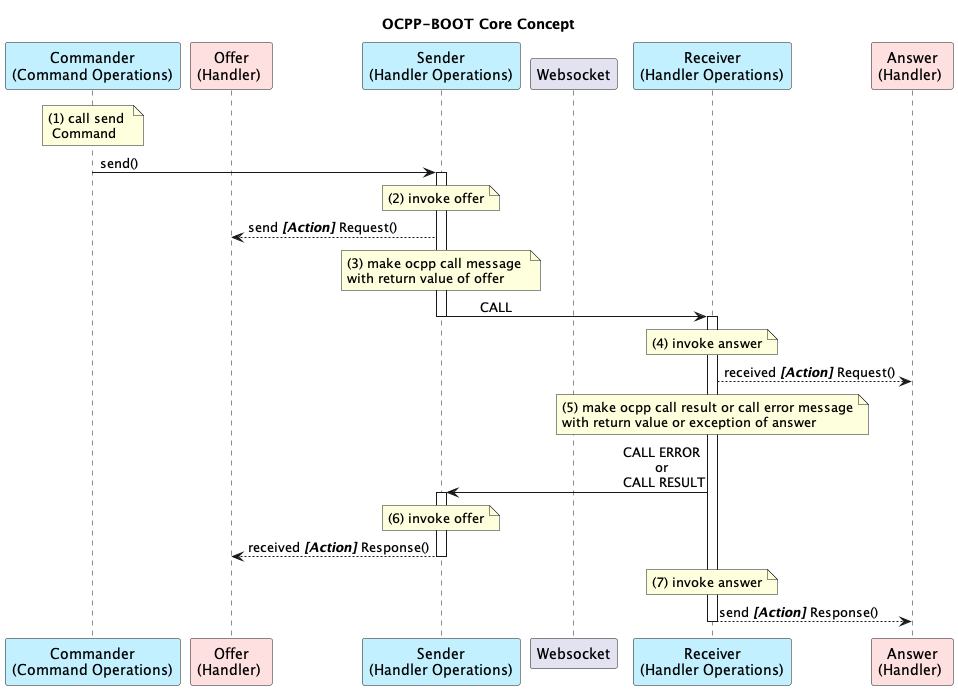
The PlantUML diagram lib/core.png in u2ware/ocpp-boot-client, before a commit.
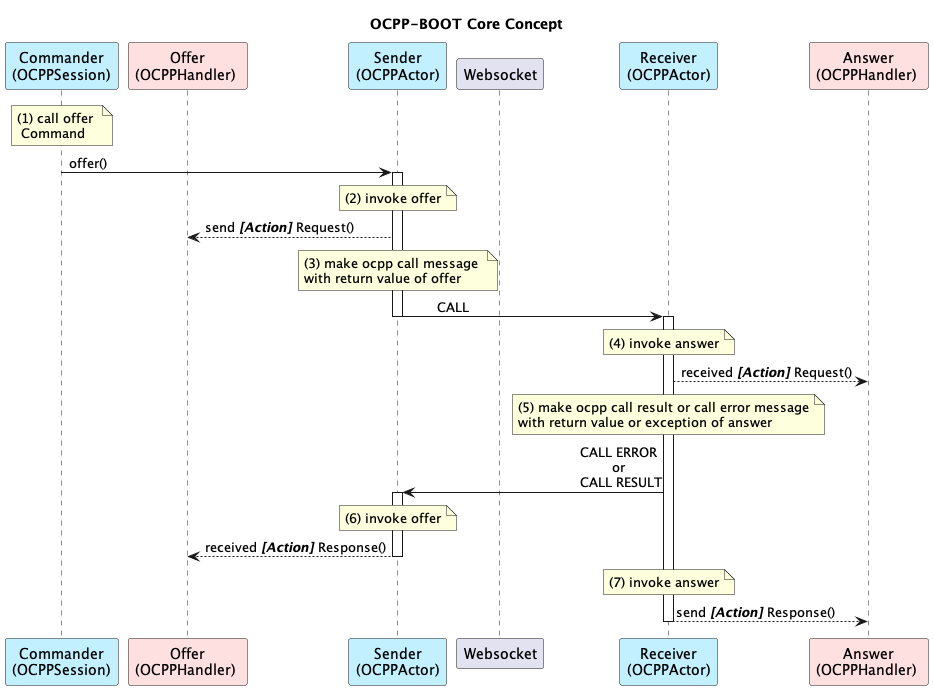
Above is the later version.

Change to the diagram source:
```diff
@@ -2,16 +2,16 @@
 
 title OCPP-BOOT Core Concept
 
-participant "Commander\n(Command Operations)" as Sending #APPLICATION
-participant "Offer\n(Handler) " as Offer #IMPLEMENTATION
-participant "Sender\n(Handler Operations)" as Sender #APPLICATION
+participant "Commander\n(OCPPSession)" as Sending #APPLICATION
+participant "Offer\n(OCPPHandler) " as Offer #IMPLEMENTATION
+participant "Sender\n(OCPPActor)" as Sender #APPLICATION
 participant "Websocket" as Websocket
-participant "Receiver\n(Handler Operations)" as Receiver #APPLICATION
-participant "Answer\n(Handler) " as Answer #IMPLEMENTATION
+participant "Receiver\n(OCPPActor)" as Receiver #APPLICATION
+participant "Answer\n(OCPPHandler) " as Answer #IMPLEMENTATION
 
-note over Sending : (1) call send \n Command
+note over Sending : (1) call offer \n Command
 
-Sending -> Sender : send()
+Sending -> Sender : offer()
 
 activate Sender
 note over Sender : (2) invoke offer
```
